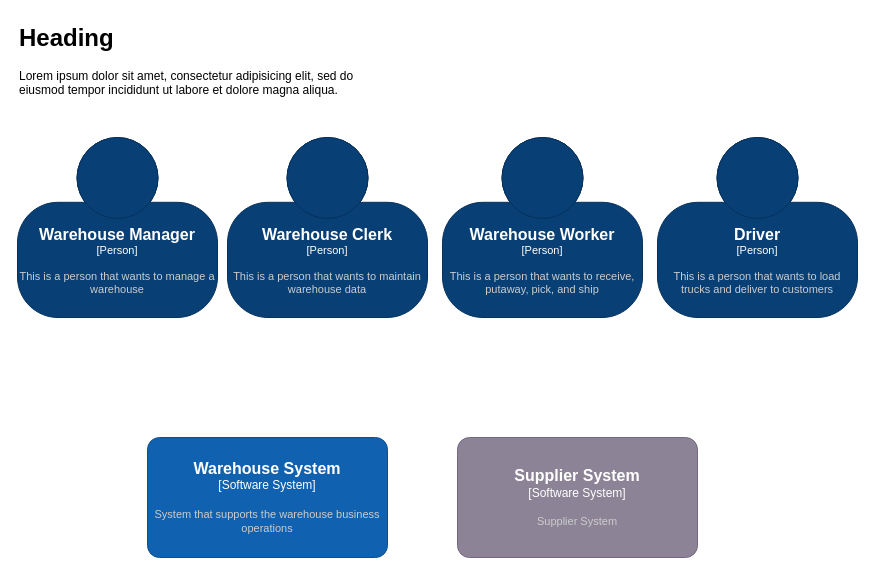
The draw.io diagram page "Context" (1 of 3) of Warehouse/C4 Diagrams/C4-context-warehouse.drawio in OwenPlamondonOC/Software-Engineering-II-Projects, before the edit. Source tidied: cells renumbered, new cells numbered last; positions are measured from the earlier drawing's top-left corner, leaving out a move shared by most shapes. Both pictures are drawn from the tidied source at 100%, with x=0, y=0 at pixel (17, 17).
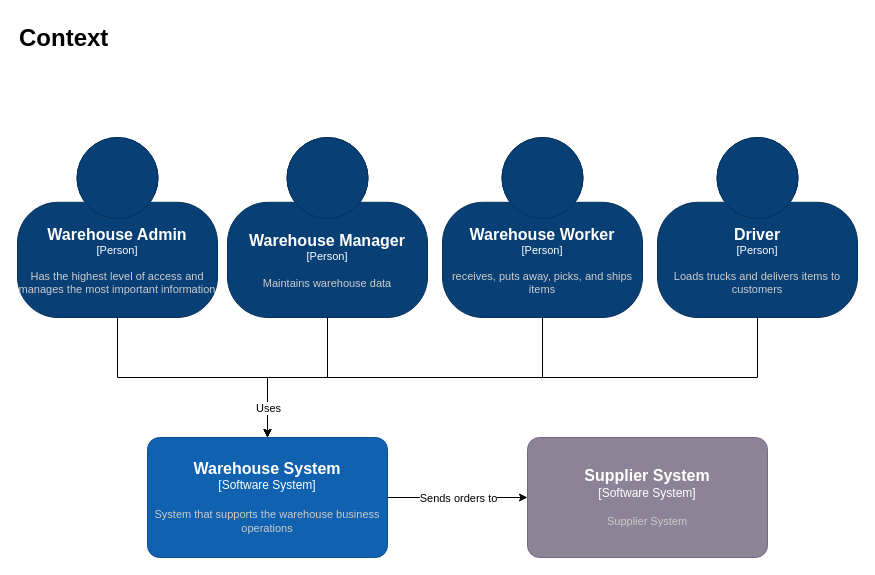
Above is the later version.

The change refers to these unchanged cells:
```xml
<object id="7" label="&lt;font style=&quot;font-size: 16px&quot;&gt;&lt;b&gt;%c4Name%&lt;/b&gt;&lt;/font&gt;&lt;div&gt;[%c4Type%]&lt;/div&gt;&lt;br&gt;&lt;div&gt;&lt;font style=&quot;font-size: 11px&quot;&gt;&lt;font color=&quot;#cccccc&quot;&gt;%c4Description%&lt;/font&gt;&lt;/div&gt;" c4Description="System that supports the warehouse business operations" c4Name="Warehouse System" c4Type="Software System" placeholders="1">
  <mxCell style="rounded=1;whiteSpace=wrap;html=1;labelBackgroundColor=none;fillColor=#1061B0;fontColor=#ffffff;align=center;arcSize=10;strokeColor=#0D5091;points=[[0.25,0,0],[0.5,0,0],[0.75,0,0],[1,0.25,0],[1,0.5,0],[1,0.75,0],[0.75,1,0],[0.5,1,0],[0.25,1,0],[0,0.75,0],[0,0.5,0],[0,0.25,0]];" parent="1" vertex="1">
    <mxGeometry x="130" y="420" width="240" height="120" as="geometry" />
  </mxCell>
</object>
```

What changed in the source:
```diff
@@
-    <object id="2" label="&lt;font style=&quot;font-size: 16px&quot;&gt;&lt;b&gt;%c4Name%&lt;/b&gt;&lt;/font&gt;&lt;div&gt;[%c4Type%]&lt;/div&gt;&lt;br&gt;&lt;div&gt;&lt;font style=&quot;font-size: 11px&quot;&gt;&lt;font color=&quot;#cccccc&quot;&gt;%c4Description%&lt;/font&gt;&lt;/div&gt;" c4Description="This is a person that wants to manage a warehouse" c4Name="Warehouse Manager" c4Type="Person" placeholders="1">
+    <object id="2" label="&lt;font style=&quot;font-size: 16px&quot;&gt;&lt;b&gt;%c4Name%&lt;/b&gt;&lt;/font&gt;&lt;div&gt;[%c4Type%]&lt;/div&gt;&lt;br&gt;&lt;div&gt;&lt;font style=&quot;font-size: 11px&quot;&gt;&lt;font color=&quot;#cccccc&quot;&gt;%c4Description%&lt;/font&gt;&lt;/div&gt;" c4Description="Has the highest level of access and manages the most important information" c4Name="Warehouse Admin" c4Type="Person" placeholders="1">
       <mxCell style="html=1;fontSize=11;dashed=0;whiteSpace=wrap;fillColor=#083F75;strokeColor=#06315C;fontColor=#ffffff;shape=mxgraph.c4.person2;align=center;points=[[0.5,0,0],[1,0.5,0],[1,0.75,0],[0.75,1,0],[0.5,1,0],[0.25,1,0],[0,0.75,0],[0,0.5,0]];" parent="1" vertex="1">
         <mxGeometry y="120" width="200" height="180" as="geometry" />
       </mxCell>
     </object>
-    <mxCell id="3" value="&lt;h1 style=&quot;margin-top: 0px;&quot;&gt;Heading&lt;/h1&gt;&lt;p&gt;Lorem ipsum dolor sit amet, consectetur adipisicing elit, sed do eiusmod tempor incididunt ut labore et dolore magna aliqua.&lt;/p&gt;" style="text;html=1;whiteSpace=wrap;overflow=hidden;rounded=0;" parent="1" vertex="1">
+    <mxCell id="3" value="&lt;h1 style=&quot;margin-top: 0px;&quot;&gt;Context&lt;/h1&gt;" style="text;html=1;whiteSpace=wrap;overflow=hidden;rounded=0;" parent="1" vertex="1">
       <mxGeometry width="340" height="120" as="geometry" />
     </mxCell>
-    <object id="4" label="&lt;font style=&quot;font-size: 16px&quot;&gt;&lt;b&gt;%c4Name%&lt;/b&gt;&lt;/font&gt;&lt;div&gt;[%c4Type%]&lt;/div&gt;&lt;br&gt;&lt;div&gt;&lt;font style=&quot;font-size: 11px&quot;&gt;&lt;font color=&quot;#cccccc&quot;&gt;%c4Description%&lt;/font&gt;&lt;/div&gt;" c4Description="This is a person that wants to maintain warehouse data" c4Name="Warehouse Clerk" c4Type="Person" placeholders="1">
+    <object id="4" label="&lt;font style=&quot;font-size: 16px&quot;&gt;&lt;b&gt;%c4Name%&lt;/b&gt;&lt;/font&gt;&lt;div&gt;[%c4Type%]&lt;/div&gt;&lt;br&gt;&lt;div&gt;&lt;font style=&quot;font-size: 11px&quot;&gt;&lt;font color=&quot;#cccccc&quot;&gt;%c4Description%&lt;/font&gt;&lt;/div&gt;" c4Description="Maintains warehouse data" c4Name="Warehouse Manager" c4Type="Person" placeholders="1">
       <mxCell style="html=1;fontSize=11;dashed=0;whiteSpace=wrap;fillColor=#083F75;strokeColor=#06315C;fontColor=#ffffff;shape=mxgraph.c4.person2;align=center;points=[[0.5,0,0],[1,0.5,0],[1,0.75,0],[0.75,1,0],[0.5,1,0],[0.25,1,0],[0,0.75,0],[0,0.5,0]];" parent="1" vertex="1">
         <mxGeometry x="210" y="120" width="200" height="180" as="geometry" />
       </mxCell>
     </object>
-    <object id="5" label="&lt;font style=&quot;font-size: 16px&quot;&gt;&lt;b&gt;%c4Name%&lt;/b&gt;&lt;/font&gt;&lt;div&gt;[%c4Type%]&lt;/div&gt;&lt;br&gt;&lt;div&gt;&lt;font style=&quot;font-size: 11px&quot;&gt;&lt;font color=&quot;#cccccc&quot;&gt;%c4Description%&lt;/font&gt;&lt;/div&gt;" c4Description="This is a person that wants to receive, putaway, pick, and ship" c4Name="Warehouse Worker" c4Type="Person" placeholders="1">
+    <object id="5" label="&lt;font style=&quot;font-size: 16px&quot;&gt;&lt;b&gt;%c4Name%&lt;/b&gt;&lt;/font&gt;&lt;div&gt;[%c4Type%]&lt;/div&gt;&lt;br&gt;&lt;div&gt;&lt;font style=&quot;font-size: 11px&quot;&gt;&lt;font color=&quot;#cccccc&quot;&gt;%c4Description%&lt;/font&gt;&lt;/div&gt;" c4Description="receives, puts away, picks, and ships items" c4Name="Warehouse Worker" c4Type="Person" placeholders="1">
       <mxCell style="html=1;fontSize=11;dashed=0;whiteSpace=wrap;fillColor=#083F75;strokeColor=#06315C;fontColor=#ffffff;shape=mxgraph.c4.person2;align=center;points=[[0.5,0,0],[1,0.5,0],[1,0.75,0],[0.75,1,0],[0.5,1,0],[0.25,1,0],[0,0.75,0],[0,0.5,0]];" parent="1" vertex="1">
         <mxGeometry x="425" y="120" width="200" height="180" as="geometry" />
       </mxCell>
     </object>
-    <object id="6" label="&lt;font style=&quot;font-size: 16px&quot;&gt;&lt;b&gt;%c4Name%&lt;/b&gt;&lt;/font&gt;&lt;div&gt;[%c4Type%]&lt;/div&gt;&lt;br&gt;&lt;div&gt;&lt;font style=&quot;font-size: 11px&quot;&gt;&lt;font color=&quot;#cccccc&quot;&gt;%c4Description%&lt;/font&gt;&lt;/div&gt;" c4Description="This is a person that wants to load trucks and deliver to customers" c4Name="Driver" c4Type="Person" placeholders="1">
+    <object id="6" label="&lt;font style=&quot;font-size: 16px&quot;&gt;&lt;b&gt;%c4Name%&lt;/b&gt;&lt;/font&gt;&lt;div&gt;[%c4Type%]&lt;/div&gt;&lt;br&gt;&lt;div&gt;&lt;font style=&quot;font-size: 11px&quot;&gt;&lt;font color=&quot;#cccccc&quot;&gt;%c4Description%&lt;/font&gt;&lt;/div&gt;" c4Description="Loads trucks and delivers items to customers" c4Name="Driver" c4Type="Person" placeholders="1">
       <mxCell style="html=1;fontSize=11;dashed=0;whiteSpace=wrap;fillColor=#083F75;strokeColor=#06315C;fontColor=#ffffff;shape=mxgraph.c4.person2;align=center;points=[[0.5,0,0],[1,0.5,0],[1,0.75,0],[0.75,1,0],[0.5,1,0],[0.25,1,0],[0,0.75,0],[0,0.5,0]];" parent="1" vertex="1">
         <mxGeometry x="640" y="120" width="200" height="180" as="geometry" />
       </mxCell>
     </object>
@@
     <object id="8" label="&lt;font style=&quot;font-size: 16px&quot;&gt;&lt;b&gt;%c4Name%&lt;/b&gt;&lt;/font&gt;&lt;div&gt;[%c4Type%]&lt;/div&gt;&lt;br&gt;&lt;div&gt;&lt;font style=&quot;font-size: 11px&quot;&gt;&lt;font color=&quot;#cccccc&quot;&gt;%c4Description%&lt;/font&gt;&lt;/div&gt;" c4Description="Supplier System" c4Name="Supplier System" c4Type="Software System" placeholders="1">
       <mxCell style="rounded=1;whiteSpace=wrap;html=1;labelBackgroundColor=none;fillColor=#8C8496;fontColor=#ffffff;align=center;arcSize=10;strokeColor=#736782;points=[[0.25,0,0],[0.5,0,0],[0.75,0,0],[1,0.25,0],[1,0.5,0],[1,0.75,0],[0.75,1,0],[0.5,1,0],[0.25,1,0],[0,0.75,0],[0,0.5,0],[0,0.25,0]];" parent="1" vertex="1">
-        <mxGeometry x="440" y="420" width="240" height="120" as="geometry" />
+        <mxGeometry x="510" y="420" width="240" height="120" as="geometry" />
       </mxCell>
     </object>
+    <mxCell id="9" style="edgeStyle=orthogonalEdgeStyle;rounded=0;jettySize=auto;html=1;exitX=0.5;exitY=1;exitDx=0;exitDy=0;exitPerimeter=0;entryX=0.5;entryY=0;entryDx=0;entryDy=0;entryPerimeter=0;" parent="1" edge="1" source="2" target="7">
+      <mxGeometry relative="1" as="geometry" />
+    </mxCell>
+    <mxCell id="10" style="edgeStyle=orthogonalEdgeStyle;rounded=0;jettySize=auto;html=1;exitX=0.5;exitY=1;exitDx=0;exitDy=0;exitPerimeter=0;entryX=0.5;entryY=0;entryDx=0;entryDy=0;entryPerimeter=0;" parent="1" edge="1" source="4" target="7">
+      <mxGeometry relative="1" as="geometry" />
+    </mxCell>
+    <mxCell id="11" style="edgeStyle=orthogonalEdgeStyle;rounded=0;jettySize=auto;html=1;exitX=0.5;exitY=1;exitDx=0;exitDy=0;exitPerimeter=0;entryX=0.5;entryY=0;entryDx=0;entryDy=0;entryPerimeter=0;" parent="1" edge="1" source="5" target="7">
+      <mxGeometry relative="1" as="geometry" />
+    </mxCell>
+    <mxCell id="12" style="endArrow=classic;html=1;rounded=0;exitX=0.5;exitY=1;exitDx=0;exitDy=0;exitPerimeter=0;entryX=0.5;entryY=0;entryDx=0;entryDy=0;entryPerimeter=0;edgeStyle=orthogonalEdgeStyle;" parent="1" edge="1" source="6" target="7">
+      <mxGeometry relative="1" as="geometry" />
+    </mxCell>
+    <mxCell id="13" value="Uses" style="edgeLabel;html=1;align=center;verticalAlign=middle;" parent="12" vertex="1">
+      <mxGeometry x="0.9" y="6" relative="1" as="geometry">
+        <mxPoint x="-6" as="offset" />
+      </mxGeometry>
+    </mxCell>
+    <mxCell id="14" style="endArrow=classic;html=1;rounded=0;exitX=1;exitY=0.5;exitDx=0;exitDy=0;exitPerimeter=0;entryX=0;entryY=0.5;entryDx=0;entryDy=0;entryPerimeter=0;" parent="1" edge="1" source="7" target="8">
+      <mxGeometry relative="1" as="geometry" />
+    </mxCell>
+    <mxCell id="15" value="Sends orders to" style="edgeLabel;html=1;align=center;verticalAlign=middle;" parent="14" vertex="1">
+      <mxGeometry relative="1" as="geometry" />
+    </mxCell>
```
